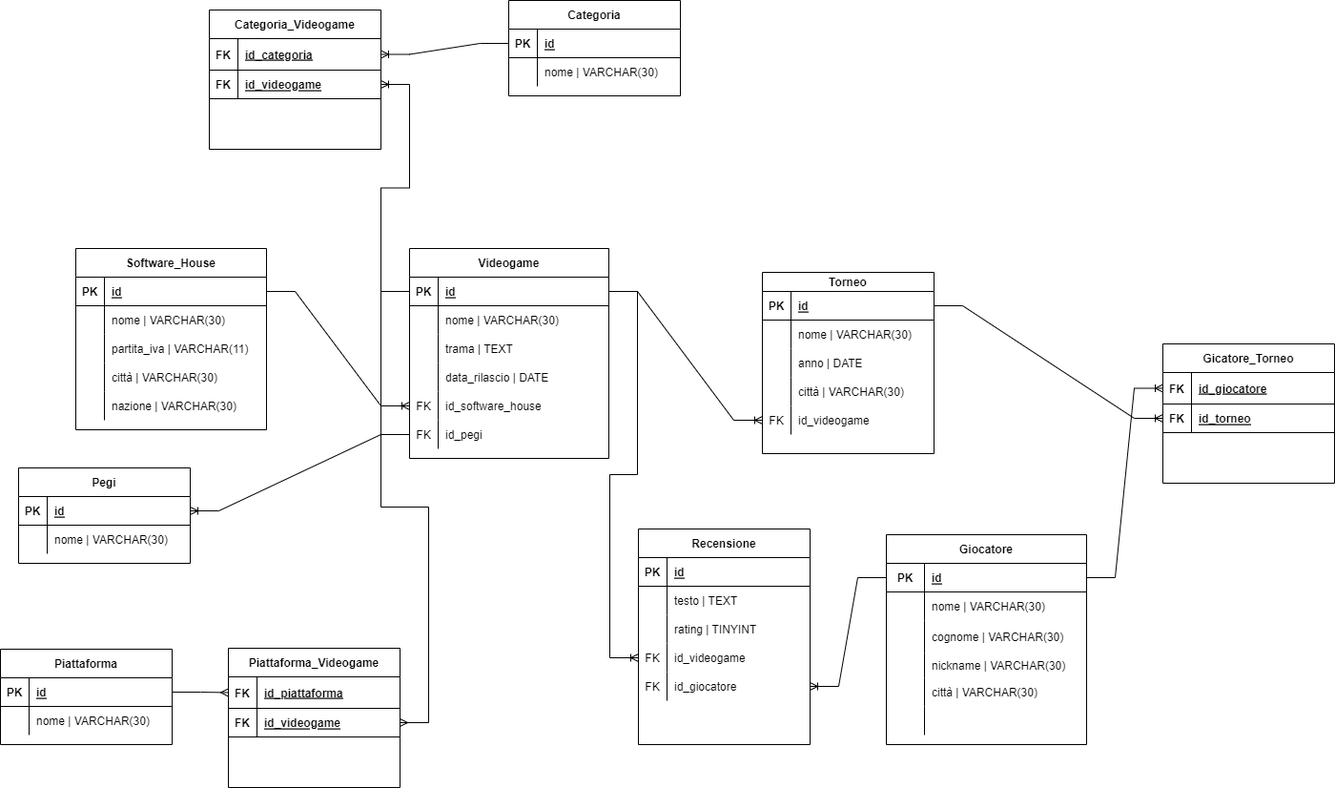
Before: db_videogames.drawio.png, a diagram exported from draw.io (mattia099/db-videogames). Source tidied: cells renumbered, new cells last; positions are measured from the earlier drawing's top-left corner, leaving out a move shared by most shapes.
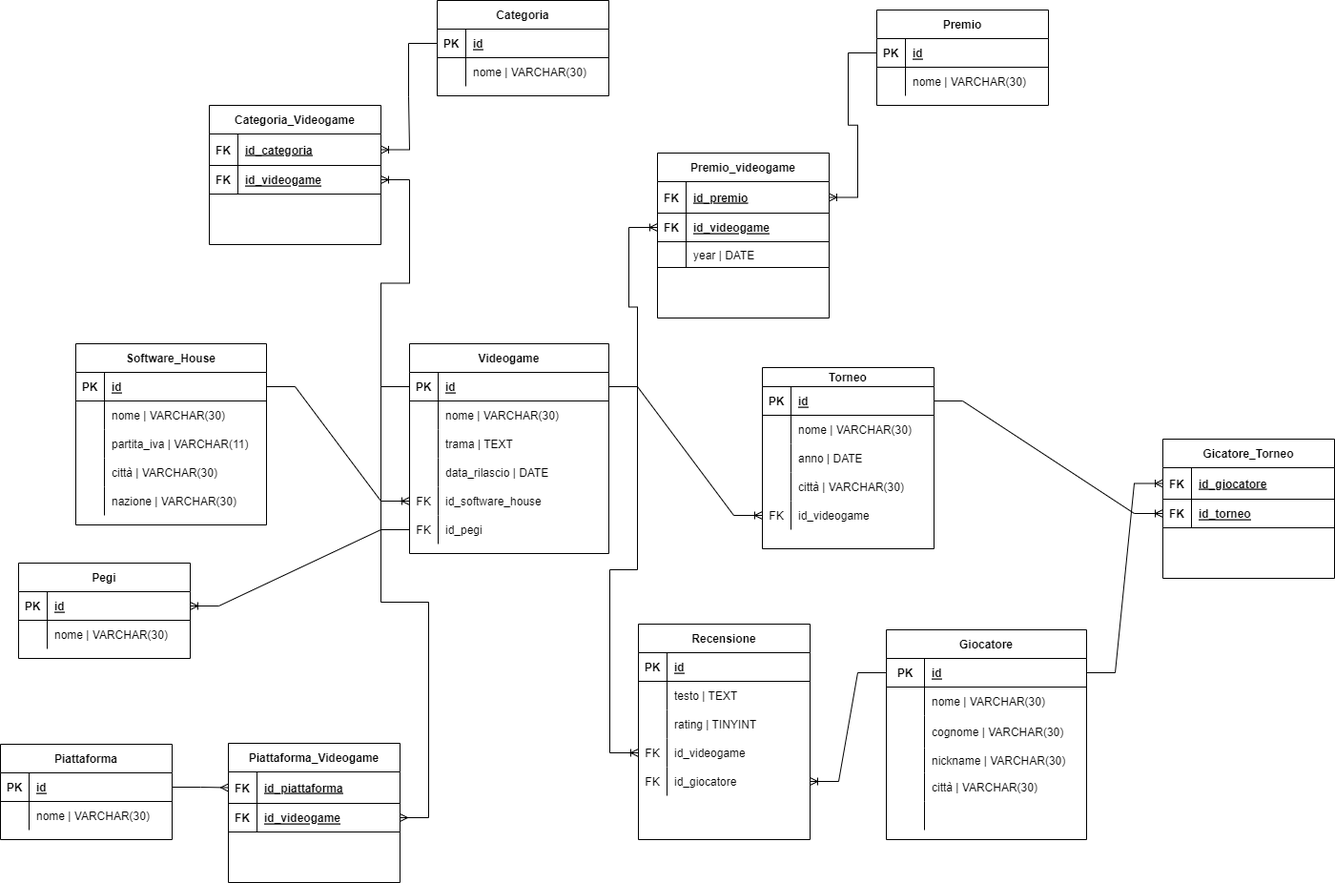
Above is the later version.

Commit message:
Aggiunto premio

Change to the diagram source:
```diff
@@ -396,7 +396,7 @@
       <mxGeometry relative="1" as="geometry" />
     </mxCell>
     <mxCell id="133" value="Categoria" style="shape=table;startSize=30;rowLines=0;fontStyle=1;align=center;rounded=0;shadow=0;sketch=0;strokeWidth=1;" parent="1" vertex="1">
-      <mxGeometry x="533" width="180" height="100" as="geometry" />
+      <mxGeometry x="458" y="-100" width="180" height="100" as="geometry" />
     </mxCell>
     <mxCell id="134" style="shape=tableRow;horizontal=0;startSize=0;swimlaneHead=0;swimlaneBody=0;fillColor=none;points=[[0,0.5],[1,0.5]];portConstraint=eastwest;top=0;left=0;right=0;bottom=1;rounded=0;shadow=0;sketch=0;strokeWidth=1;" parent="133" vertex="1">
       <mxGeometry y="30" width="180" height="30" as="geometry" />
@@ -419,5 +419,62 @@
     <mxCell id="140" style="edgeStyle=entityRelationEdgeStyle;fontSize=12;html=1;endArrow=ERoneToMany;rounded=0;jumpStyle=none;exitX=0;exitY=0.5;exitDx=0;exitDy=0;entryX=1;entryY=0.5;entryDx=0;entryDy=0;" parent="1" edge="1" source="134" target="126">
       <mxGeometry relative="1" as="geometry" />
     </mxCell>
+    <mxCell id="141" value="Premio_videogame" style="shape=table;startSize=30;rowLines=0;fontStyle=1;align=center;strokeWidth=1;swimlaneLine=1;rounded=0;sketch=0;shadow=0;" parent="1" vertex="1">
+      <mxGeometry x="689" y="60" width="180" height="173" as="geometry" />
+    </mxCell>
+    <mxCell id="142" style="shape=tableRow;horizontal=0;startSize=0;swimlaneHead=0;swimlaneBody=0;fillColor=none;points=[[0,0.5],[1,0.5]];portConstraint=eastwest;top=0;left=0;right=0;bottom=1;" parent="141" vertex="1">
+      <mxGeometry y="30" width="180" height="33" as="geometry" />
+    </mxCell>
+    <mxCell id="143" value="FK" style="shape=partialRectangle;fillColor=none;top=0;left=0;bottom=0;right=0;fontStyle=1;overflow=hidden;" parent="142" vertex="1">
+      <mxGeometry width="30" height="33" as="geometry" />
+    </mxCell>
+    <mxCell id="144" value="id_premio" style="shape=partialRectangle;fillColor=none;top=0;left=0;bottom=0;right=0;align=left;spacingLeft=6;fontStyle=5;overflow=hidden;" parent="142" vertex="1">
+      <mxGeometry x="30" width="150" height="33" as="geometry" />
+    </mxCell>
+    <mxCell id="145" style="shape=tableRow;horizontal=0;startSize=0;swimlaneHead=0;swimlaneBody=0;fillColor=none;points=[[0,0.5],[1,0.5]];portConstraint=eastwest;top=0;left=0;right=0;bottom=1;" parent="141" vertex="1">
+      <mxGeometry y="63" width="180" height="30" as="geometry" />
+    </mxCell>
+    <mxCell id="146" value="FK" style="shape=partialRectangle;fillColor=none;top=0;left=0;bottom=0;right=0;fontStyle=1;overflow=hidden;" parent="145" vertex="1">
+      <mxGeometry width="30" height="30" as="geometry" />
+    </mxCell>
+    <mxCell id="147" value="id_videogame" style="shape=partialRectangle;fillColor=none;top=0;left=0;bottom=0;right=0;align=left;spacingLeft=6;fontStyle=5;overflow=hidden;" parent="145" vertex="1">
+      <mxGeometry x="30" width="150" height="30" as="geometry" />
+    </mxCell>
+    <mxCell id="148" style="shape=tableRow;horizontal=0;startSize=0;swimlaneHead=0;swimlaneBody=0;fillColor=none;top=0;left=0;right=0;bottom=1;" parent="141" vertex="1">
+      <mxGeometry y="93" width="180" height="27" as="geometry" />
+    </mxCell>
+    <mxCell id="149" style="shape=partialRectangle;fillColor=none;top=0;left=0;bottom=0;right=0;fontStyle=1;overflow=hidden;" parent="148" vertex="1">
+      <mxGeometry width="30" height="27" as="geometry" />
+    </mxCell>
+    <mxCell id="150" value="year | DATE" style="shape=partialRectangle;fillColor=none;top=0;left=0;bottom=0;right=0;align=left;spacingLeft=6;fontStyle=0;overflow=hidden;" parent="148" vertex="1">
+      <mxGeometry x="30" width="150" height="27" as="geometry" />
+    </mxCell>
+    <mxCell id="151" value="Premio" style="shape=table;startSize=30;rowLines=0;fontStyle=1;align=center;rounded=0;shadow=0;sketch=0;strokeWidth=1;" parent="1" vertex="1">
+      <mxGeometry x="919" y="-90" width="180" height="100" as="geometry" />
+    </mxCell>
+    <mxCell id="152" style="shape=tableRow;horizontal=0;startSize=0;swimlaneHead=0;swimlaneBody=0;fillColor=none;points=[[0,0.5],[1,0.5]];portConstraint=eastwest;top=0;left=0;right=0;bottom=1;rounded=0;shadow=0;sketch=0;strokeWidth=1;" parent="151" vertex="1">
+      <mxGeometry y="30" width="180" height="30" as="geometry" />
+    </mxCell>
+    <mxCell id="153" value="PK" style="shape=partialRectangle;fillColor=none;top=0;left=0;bottom=0;right=0;fontStyle=1;overflow=hidden;rounded=0;shadow=0;sketch=0;strokeWidth=1;" parent="152" vertex="1">
+      <mxGeometry width="30" height="30" as="geometry" />
+    </mxCell>
+    <mxCell id="154" value="id" style="shape=partialRectangle;fillColor=none;top=0;left=0;bottom=0;right=0;align=left;spacingLeft=6;fontStyle=5;overflow=hidden;rounded=0;shadow=0;sketch=0;strokeWidth=1;" parent="152" vertex="1">
+      <mxGeometry x="30" width="150" height="30" as="geometry" />
+    </mxCell>
+    <mxCell id="155" style="shape=tableRow;horizontal=0;startSize=0;swimlaneHead=0;swimlaneBody=0;fillColor=none;top=0;left=0;right=0;bottom=0;rounded=0;shadow=0;sketch=0;strokeWidth=1;" parent="151" vertex="1">
+      <mxGeometry y="60" width="180" height="30" as="geometry" />
+    </mxCell>
+    <mxCell id="156" style="shape=partialRectangle;fillColor=none;top=0;left=0;bottom=0;right=0;overflow=hidden;rounded=0;shadow=0;sketch=0;strokeWidth=1;" parent="155" vertex="1">
+      <mxGeometry width="30" height="30" as="geometry" />
+    </mxCell>
+    <mxCell id="157" value="nome | VARCHAR(30)" style="shape=partialRectangle;fillColor=none;top=0;left=0;bottom=0;right=0;align=left;spacingLeft=6;overflow=hidden;rounded=0;shadow=0;sketch=0;strokeWidth=1;" parent="155" vertex="1">
+      <mxGeometry x="30" width="150" height="30" as="geometry" />
+    </mxCell>
+    <mxCell id="158" style="edgeStyle=entityRelationEdgeStyle;fontSize=12;html=1;endArrow=ERoneToMany;rounded=0;fontColor=none;jumpStyle=none;entryX=1;entryY=0.5;entryDx=0;entryDy=0;" parent="1" edge="1" source="152" target="142">
+      <mxGeometry relative="1" as="geometry" />
+    </mxCell>
+    <mxCell id="159" style="edgeStyle=entityRelationEdgeStyle;fontSize=12;html=1;endArrow=ERoneToMany;rounded=0;fontColor=none;jumpStyle=none;exitX=1;exitY=0.5;exitDx=0;exitDy=0;entryX=0;entryY=0.5;entryDx=0;entryDy=0;" parent="1" edge="1" source="3" target="145">
+      <mxGeometry relative="1" as="geometry" />
+    </mxCell>
   </root>
 </mxGraphModel>
```
